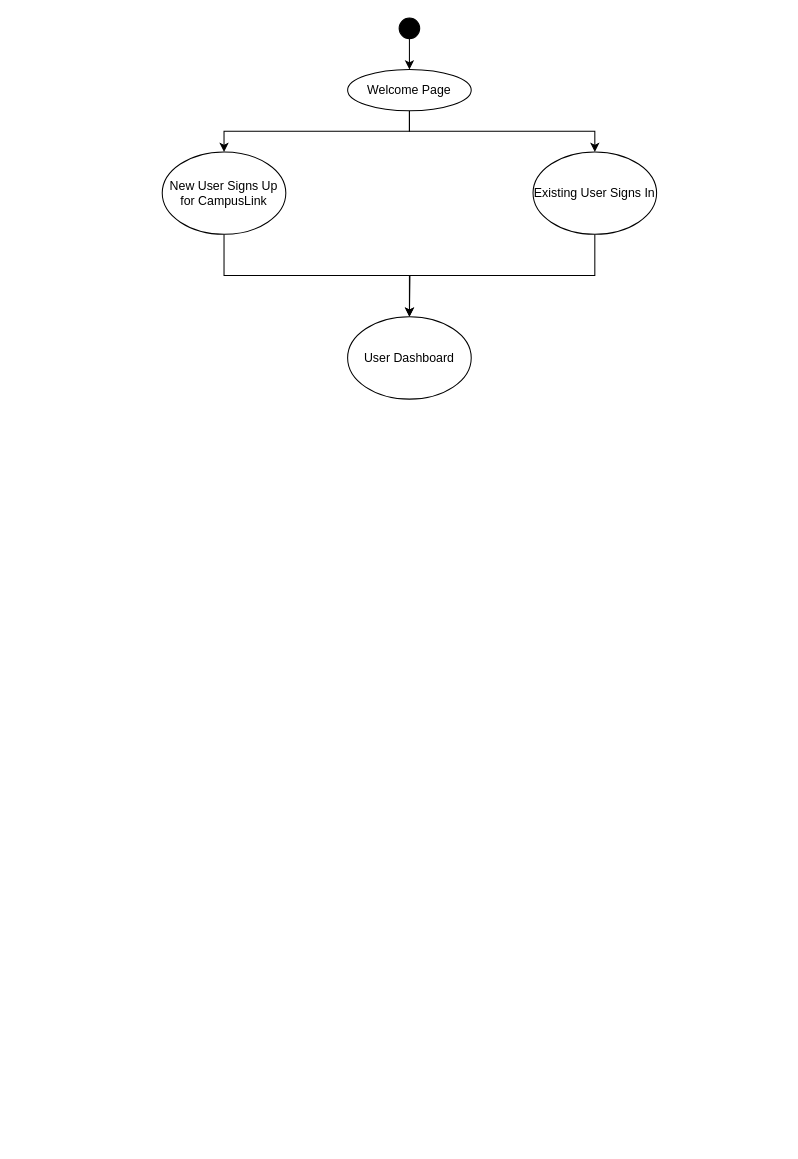
aditya-c2512/at-lab-project keeps this draw.io diagram as ActivityDiagram.drawio. Above is the earlier version. Source tidied: cells renumbered, new cells numbered last; positions are measured from the earlier drawing's top-left corner, leaving out a move shared by most shapes. Both pictures are drawn from the tidied source at 103%, with x=0, y=0 at pixel (162, 18).
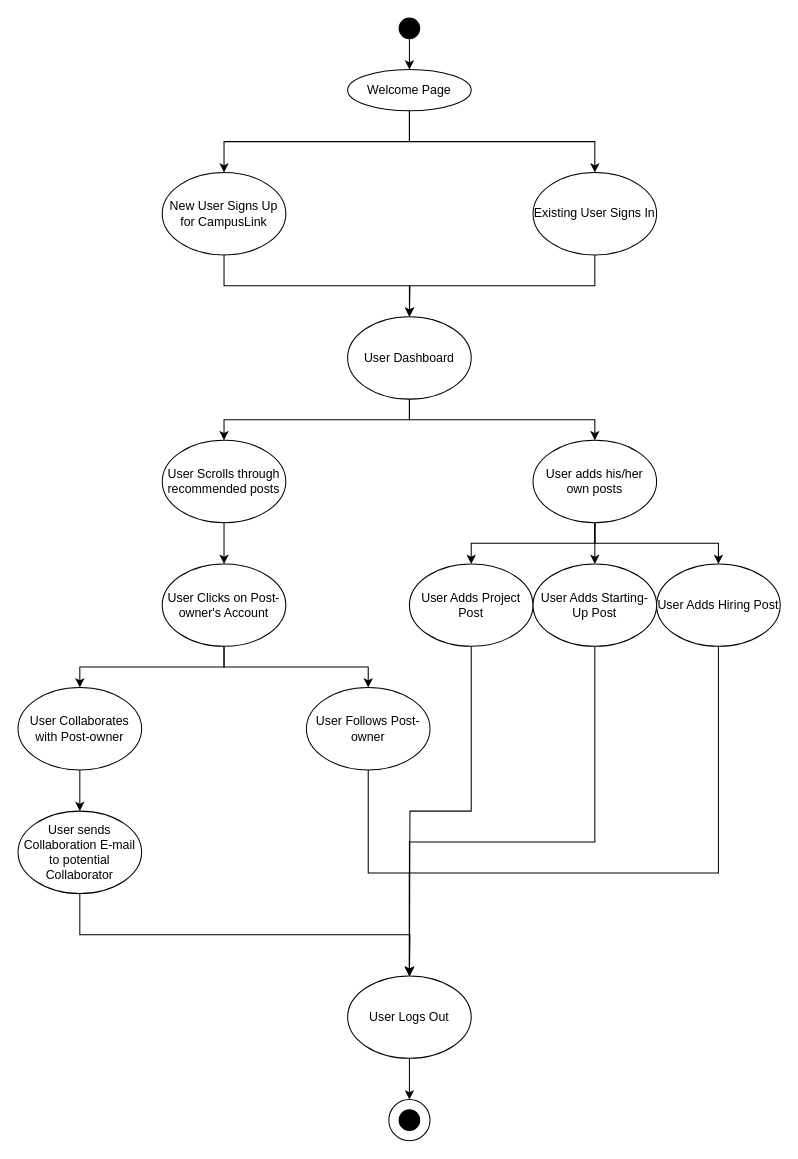
Above is the later version.

The change refers to these unchanged cells:
```xml
<mxCell id="6" value="Welcome Page" style="ellipse;whiteSpace=wrap;html=1;" parent="1" vertex="1">
  <mxGeometry x="180" y="50" width="120" height="40" as="geometry" />
</mxCell>
<mxCell id="11" value="User Dashboard" style="ellipse;whiteSpace=wrap;html=1;" parent="1" vertex="1">
  <mxGeometry x="180" y="290" width="120" height="80" as="geometry" />
</mxCell>
```

Change to the diagram source:
```diff
@@
     <mxCell id="4" style="edgeStyle=orthogonalEdgeStyle;rounded=0;jettySize=auto;html=1;entryX=0.5;entryY=0;entryDx=0;entryDy=0;" parent="1" edge="1" source="6" target="8">
       <mxGeometry relative="1" as="geometry">
         <Array as="points">
-          <mxPoint x="240" y="110" />
-          <mxPoint x="60" y="110" />
+          <mxPoint x="240" y="120" />
+          <mxPoint x="60" y="120" />
         </Array>
       </mxGeometry>
     </mxCell>
@@
     <mxCell id="8" value="New User Signs Up for CampusLink" style="ellipse;whiteSpace=wrap;html=1;" parent="1" vertex="1">
-      <mxGeometry y="130" width="120" height="80" as="geometry" />
+      <mxGeometry y="150" width="120" height="80" as="geometry" />
     </mxCell>
@@
     <mxCell id="10" value="Existing User Signs In" style="ellipse;whiteSpace=wrap;html=1;" parent="1" vertex="1">
-      <mxGeometry x="360" y="130" width="120" height="80" as="geometry" />
+      <mxGeometry x="360" y="150" width="120" height="80" as="geometry" />
     </mxCell>
+    <mxCell id="12" style="edgeStyle=orthogonalEdgeStyle;rounded=0;jettySize=auto;html=1;entryX=0.5;entryY=0;entryDx=0;entryDy=0;" parent="1" edge="1" source="11" target="15">
+      <mxGeometry relative="1" as="geometry">
+        <Array as="points">
+          <mxPoint x="240" y="390" />
+          <mxPoint x="60" y="390" />
+        </Array>
+      </mxGeometry>
+    </mxCell>
+    <mxCell id="13" style="edgeStyle=orthogonalEdgeStyle;rounded=0;jettySize=auto;html=1;exitX=0.5;exitY=1;exitDx=0;exitDy=0;entryX=0.5;entryY=0;entryDx=0;entryDy=0;" parent="1" edge="1" source="11" target="19">
+      <mxGeometry relative="1" as="geometry" />
+    </mxCell>
@@
+    <mxCell id="14" style="edgeStyle=orthogonalEdgeStyle;rounded=0;jettySize=auto;html=1;" parent="1" edge="1" source="15" target="22">
+      <mxGeometry relative="1" as="geometry" />
+    </mxCell>
+    <mxCell id="15" value="User Scrolls through recommended posts" style="ellipse;whiteSpace=wrap;html=1;" parent="1" vertex="1">
+      <mxGeometry y="410" width="120" height="80" as="geometry" />
+    </mxCell>
+    <mxCell id="16" style="edgeStyle=orthogonalEdgeStyle;rounded=0;jettySize=auto;html=1;" parent="1" edge="1" source="19" target="32">
+      <mxGeometry relative="1" as="geometry" />
+    </mxCell>
+    <mxCell id="17" style="edgeStyle=orthogonalEdgeStyle;rounded=0;jettySize=auto;html=1;exitX=0.5;exitY=1;exitDx=0;exitDy=0;entryX=0.5;entryY=0;entryDx=0;entryDy=0;" parent="1" edge="1" source="19" target="30">
+      <mxGeometry relative="1" as="geometry" />
+    </mxCell>
+    <mxCell id="18" style="edgeStyle=orthogonalEdgeStyle;rounded=0;jettySize=auto;html=1;exitX=0.5;exitY=1;exitDx=0;exitDy=0;entryX=0.5;entryY=0;entryDx=0;entryDy=0;" parent="1" edge="1" source="19" target="34">
+      <mxGeometry relative="1" as="geometry" />
+    </mxCell>
+    <mxCell id="19" value="User adds his/her own posts" style="ellipse;whiteSpace=wrap;html=1;" parent="1" vertex="1">
+      <mxGeometry x="360" y="410" width="120" height="80" as="geometry" />
+    </mxCell>
+    <mxCell id="20" style="edgeStyle=orthogonalEdgeStyle;rounded=0;jettySize=auto;html=1;entryX=0.5;entryY=0;entryDx=0;entryDy=0;" parent="1" edge="1" source="22" target="24">
+      <mxGeometry relative="1" as="geometry">
+        <Array as="points">
+          <mxPoint x="60" y="630" />
+          <mxPoint x="-80" y="630" />
+        </Array>
+      </mxGeometry>
+    </mxCell>
+    <mxCell id="21" style="edgeStyle=orthogonalEdgeStyle;rounded=0;jettySize=auto;html=1;exitX=0.5;exitY=1;exitDx=0;exitDy=0;entryX=0.5;entryY=0;entryDx=0;entryDy=0;" parent="1" edge="1" source="22" target="26">
+      <mxGeometry relative="1" as="geometry" />
+    </mxCell>
+    <mxCell id="22" value="User Clicks on Post-owner's Account" style="ellipse;whiteSpace=wrap;html=1;" parent="1" vertex="1">
+      <mxGeometry y="530" width="120" height="80" as="geometry" />
+    </mxCell>
+    <mxCell id="23" style="edgeStyle=orthogonalEdgeStyle;rounded=0;jettySize=auto;html=1;" parent="1" edge="1" source="24" target="28">
+      <mxGeometry relative="1" as="geometry" />
+    </mxCell>
+    <mxCell id="24" value="User Collaborates with Post-owner" style="ellipse;whiteSpace=wrap;html=1;" parent="1" vertex="1">
+      <mxGeometry x="-140" y="650" width="120" height="80" as="geometry" />
+    </mxCell>
+    <mxCell id="25" style="edgeStyle=orthogonalEdgeStyle;rounded=0;jettySize=auto;html=1;exitX=0.5;exitY=1;exitDx=0;exitDy=0;" parent="1" edge="1" source="26">
+      <mxGeometry relative="1" as="geometry">
+        <mxPoint x="240" y="930" as="targetPoint" />
+        <Array as="points">
+          <mxPoint x="200" y="830" />
+          <mxPoint x="240" y="830" />
+        </Array>
+      </mxGeometry>
+    </mxCell>
+    <mxCell id="26" value="User Follows Post-owner" style="ellipse;whiteSpace=wrap;html=1;" parent="1" vertex="1">
+      <mxGeometry x="140" y="650" width="120" height="80" as="geometry" />
+    </mxCell>
+    <mxCell id="27" style="edgeStyle=orthogonalEdgeStyle;rounded=0;jettySize=auto;html=1;exitX=0.5;exitY=1;exitDx=0;exitDy=0;entryX=0.5;entryY=0;entryDx=0;entryDy=0;" parent="1" edge="1" source="28">
+      <mxGeometry relative="1" as="geometry">
+        <mxPoint x="240" y="930" as="targetPoint" />
+      </mxGeometry>
+    </mxCell>
+    <mxCell id="28" value="User sends Collaboration E-mail to potential Collaborator" style="ellipse;whiteSpace=wrap;html=1;" parent="1" vertex="1">
+      <mxGeometry x="-140" y="770" width="120" height="80" as="geometry" />
+    </mxCell>
+    <mxCell id="29" style="edgeStyle=orthogonalEdgeStyle;rounded=0;jettySize=auto;html=1;exitX=0.5;exitY=1;exitDx=0;exitDy=0;entryX=0.5;entryY=0;entryDx=0;entryDy=0;" parent="1" edge="1" source="30">
+      <mxGeometry relative="1" as="geometry">
+        <mxPoint x="240" y="930" as="targetPoint" />
+      </mxGeometry>
+    </mxCell>
+    <mxCell id="30" value="User Adds Project Post" style="ellipse;whiteSpace=wrap;html=1;" parent="1" vertex="1">
+      <mxGeometry x="240" y="530" width="120" height="80" as="geometry" />
+    </mxCell>
+    <mxCell id="31" style="edgeStyle=orthogonalEdgeStyle;rounded=0;jettySize=auto;html=1;exitX=0.5;exitY=1;exitDx=0;exitDy=0;" parent="1" edge="1" source="32">
+      <mxGeometry relative="1" as="geometry">
+        <mxPoint x="240" y="930" as="targetPoint" />
+        <Array as="points">
+          <mxPoint x="420" y="800" />
+          <mxPoint x="240" y="800" />
+        </Array>
+      </mxGeometry>
+    </mxCell>
+    <mxCell id="32" value="User Adds Starting-Up Post" style="ellipse;whiteSpace=wrap;html=1;" parent="1" vertex="1">
+      <mxGeometry x="360" y="530" width="120" height="80" as="geometry" />
+    </mxCell>
+    <mxCell id="33" style="edgeStyle=orthogonalEdgeStyle;rounded=0;jettySize=auto;html=1;exitX=0.5;exitY=1;exitDx=0;exitDy=0;" parent="1" edge="1" source="34">
+      <mxGeometry relative="1" as="geometry">
+        <mxPoint x="240" y="930" as="targetPoint" />
+        <Array as="points">
+          <mxPoint x="540" y="830" />
+          <mxPoint x="240" y="830" />
+        </Array>
+      </mxGeometry>
+    </mxCell>
+    <mxCell id="34" value="User Adds Hiring Post" style="ellipse;whiteSpace=wrap;html=1;" parent="1" vertex="1">
+      <mxGeometry x="480" y="530" width="120" height="80" as="geometry" />
+    </mxCell>
+    <mxCell id="35" style="edgeStyle=orthogonalEdgeStyle;rounded=0;jettySize=auto;html=1;exitX=0.5;exitY=1;exitDx=0;exitDy=0;entryX=0.5;entryY=0;entryDx=0;entryDy=0;" parent="1" edge="1" source="36" target="37">
+      <mxGeometry relative="1" as="geometry" />
+    </mxCell>
+    <mxCell id="36" value="User Logs Out" style="ellipse;whiteSpace=wrap;html=1;" parent="1" vertex="1">
+      <mxGeometry x="180" y="930" width="120" height="80" as="geometry" />
+    </mxCell>
+    <mxCell id="37" style="ellipse;whiteSpace=wrap;html=1;" parent="1" vertex="1">
+      <mxGeometry x="220" y="1050" width="40" height="40" as="geometry" />
+    </mxCell>
+    <mxCell id="38" style="ellipse;whiteSpace=wrap;html=1;fillColor=#000000;" parent="1" vertex="1">
+      <mxGeometry x="230" y="1060" width="20" height="20" as="geometry" />
+    </mxCell>
```
